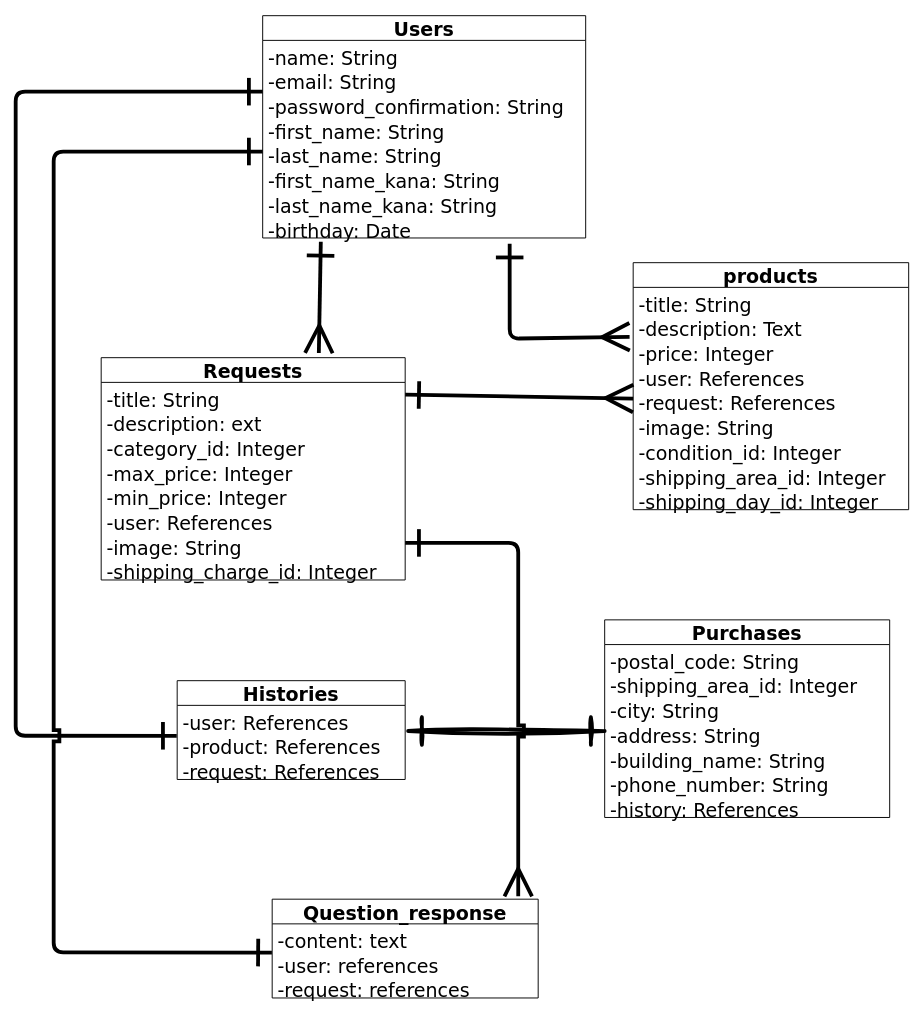
The draw.io diagram wants.dio in ganaha-mikoto/wants, before the edit. Source tidied: cells renumbered, new cells numbered last; positions are measured from the earlier drawing's top-left corner, leaving out a move shared by most shapes. Both pictures are drawn from the tidied source at 95%, with x=0, y=0 at pixel (15, 15).
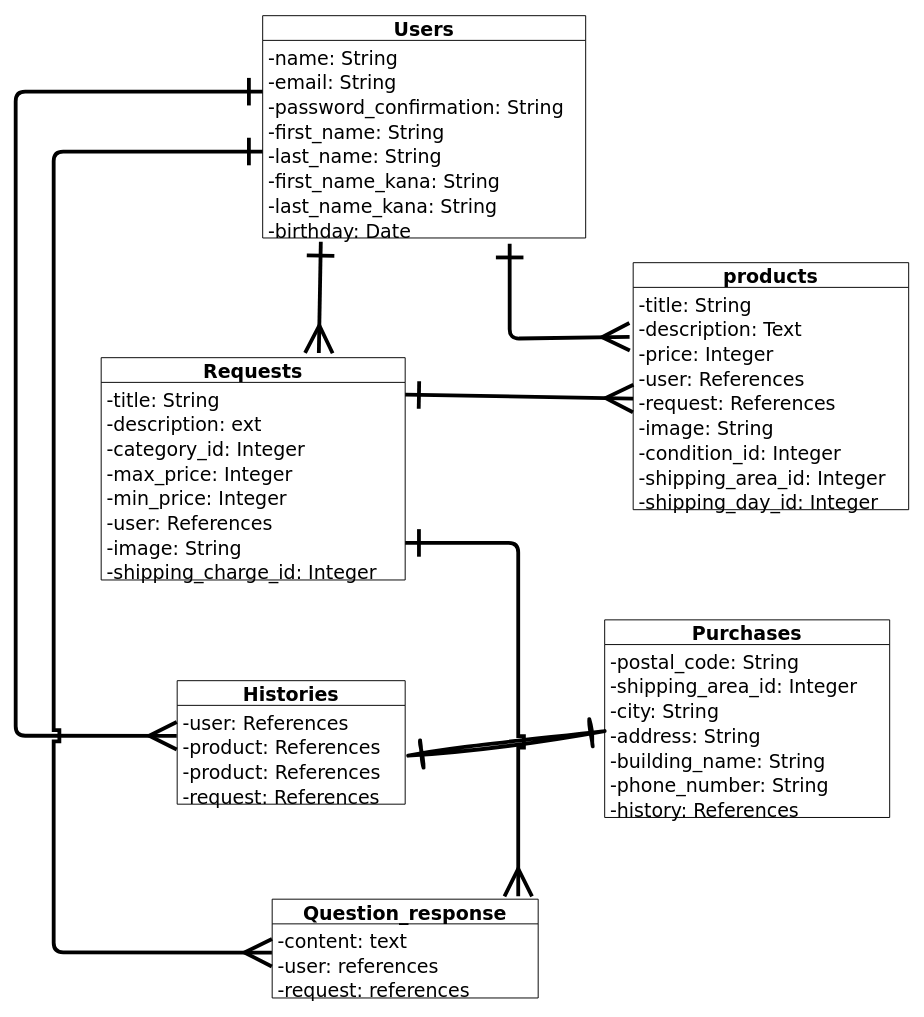
The same diagram, later.

Unchanged cells that the change refers to:
```xml
<mxCell id="9" value="-password_confirmation: String" style="text;strokeColor=none;fillColor=none;align=left;verticalAlign=top;spacingLeft=4;spacingRight=4;overflow=hidden;points=[[0,0.5],[1,0.5]];portConstraint=eastwest;rounded=0;shadow=0;sketch=0;hachureGap=4;jiggle=2;curveFitting=1;fontFamily=Verdana;fontSize=20;" parent="6" vertex="1">
  <mxGeometry y="78" width="340" height="26" as="geometry" />
</mxCell>
<mxCell id="11" value="-last_name: String" style="text;strokeColor=none;fillColor=none;align=left;verticalAlign=top;spacingLeft=4;spacingRight=4;overflow=hidden;points=[[0,0.5],[1,0.5]];portConstraint=eastwest;rounded=0;shadow=0;sketch=0;hachureGap=4;jiggle=2;curveFitting=1;fontFamily=Verdana;fontSize=20;" parent="6" vertex="1">
  <mxGeometry y="130" width="340" height="26" as="geometry" />
</mxCell>
<mxCell id="43" value="-user: References" style="text;strokeColor=none;fillColor=none;align=left;verticalAlign=top;spacingLeft=4;spacingRight=4;overflow=hidden;points=[[0,0.5],[1,0.5]];portConstraint=eastwest;rounded=0;shadow=0;sketch=0;hachureGap=4;jiggle=2;curveFitting=1;fontFamily=Verdana;fontSize=20;" parent="42" vertex="1">
  <mxGeometry y="26" width="240" height="26" as="geometry" />
</mxCell>
<mxCell id="47" value="-content: text" style="text;strokeColor=none;fillColor=none;align=left;verticalAlign=top;spacingLeft=4;spacingRight=4;overflow=hidden;points=[[0,0.5],[1,0.5]];portConstraint=eastwest;rounded=0;shadow=0;sketch=0;hachureGap=4;jiggle=2;curveFitting=1;fontFamily=Verdana;fontSize=20;" parent="46" vertex="1">
  <mxGeometry y="26" width="280" height="26" as="geometry" />
</mxCell>
```

The edit, as a diff of the source:
```diff
@@
-    <mxCell id="5" style="edgeStyle=none;shape=connector;rounded=1;hachureGap=4;jumpStyle=sharp;html=1;entryX=-0.002;entryY=1.231;entryDx=0;entryDy=0;entryPerimeter=0;labelBackgroundColor=default;strokeColor=default;strokeWidth=4;fontFamily=Verdana;fontSize=16;fontColor=default;startArrow=ERone;startFill=0;endArrow=ERone;endFill=0;startSize=24;endSize=24;sourcePerimeterSpacing=8;targetPerimeterSpacing=8;exitX=0;exitY=0.077;exitDx=0;exitDy=0;exitPerimeter=0;" parent="1" edge="1" source="9" target="43">
+    <mxCell id="5" style="edgeStyle=none;shape=connector;rounded=1;hachureGap=4;jumpStyle=sharp;html=1;entryX=-0.002;entryY=1.231;entryDx=0;entryDy=0;entryPerimeter=0;labelBackgroundColor=default;strokeColor=default;strokeWidth=4;fontFamily=Verdana;fontSize=16;fontColor=default;startArrow=ERone;startFill=0;endArrow=ERmany;endFill=0;startSize=24;endSize=24;sourcePerimeterSpacing=8;targetPerimeterSpacing=8;exitX=0;exitY=0.077;exitDx=0;exitDy=0;exitPerimeter=0;" parent="1" edge="1" source="9" target="43">
       <mxGeometry relative="1" as="geometry">
         <Array as="points">
           <mxPoint x="200" y="80" />
           <mxPoint y="80" />
           <mxPoint y="430" />
           <mxPoint y="758" />
         </Array>
       </mxGeometry>
     </mxCell>
@@
     <mxCell id="42" value="Histories" style="swimlane;fontStyle=1;horizontal=1;startSize=26;rounded=0;shadow=0;sketch=0;hachureGap=4;jiggle=2;curveFitting=1;fontFamily=Verdana;fontSize=20;" parent="1" vertex="1">
-      <mxGeometry x="170" y="700" width="240" height="104" as="geometry" />
+      <mxGeometry x="170" y="700" width="240" height="130" as="geometry" />
     </mxCell>
@@
+    <mxCell id="53" value="-product: References" style="text;strokeColor=none;fillColor=none;align=left;verticalAlign=top;spacingLeft=4;spacingRight=4;overflow=hidden;rounded=0;shadow=0;sketch=0;hachureGap=4;jiggle=2;curveFitting=1;fontFamily=Verdana;fontSize=20;" parent="42" vertex="1">
+      <mxGeometry y="52" width="240" height="26" as="geometry" />
+    </mxCell>
     <mxCell id="44" value="-product: References" style="text;strokeColor=none;fillColor=none;align=left;verticalAlign=top;spacingLeft=4;spacingRight=4;overflow=hidden;points=[[0,0.5],[1,0.5]];portConstraint=eastwest;rounded=0;shadow=0;sketch=0;hachureGap=4;jiggle=2;curveFitting=1;fontFamily=Verdana;fontSize=20;" parent="42" vertex="1">
-      <mxGeometry y="52" width="240" height="26" as="geometry" />
+      <mxGeometry y="78" width="240" height="26" as="geometry" />
     </mxCell>
     <mxCell id="45" value="-request: References" style="text;strokeColor=none;fillColor=none;align=left;verticalAlign=top;spacingLeft=4;spacingRight=4;overflow=hidden;rounded=0;shadow=0;sketch=0;hachureGap=4;jiggle=2;curveFitting=1;fontFamily=Verdana;fontSize=20;" parent="42" vertex="1">
-      <mxGeometry y="78" width="240" height="26" as="geometry" />
+      <mxGeometry y="104" width="240" height="26" as="geometry" />
     </mxCell>
@@
-    <mxCell id="50" style="edgeStyle=none;shape=connector;rounded=1;hachureGap=4;jumpStyle=sharp;html=1;exitX=0;exitY=0.5;exitDx=0;exitDy=0;labelBackgroundColor=default;strokeColor=default;strokeWidth=4;fontFamily=Verdana;fontSize=16;fontColor=default;startArrow=ERone;startFill=0;endArrow=ERone;endFill=0;startSize=24;endSize=24;sourcePerimeterSpacing=8;targetPerimeterSpacing=8;entryX=-0.001;entryY=1.167;entryDx=0;entryDy=0;entryPerimeter=0;" parent="1" edge="1" source="11" target="47">
+    <mxCell id="50" style="edgeStyle=none;shape=connector;rounded=1;hachureGap=4;jumpStyle=sharp;html=1;exitX=0;exitY=0.5;exitDx=0;exitDy=0;labelBackgroundColor=default;strokeColor=default;strokeWidth=4;fontFamily=Verdana;fontSize=16;fontColor=default;startArrow=ERone;startFill=0;endArrow=ERmany;endFill=0;startSize=24;endSize=24;sourcePerimeterSpacing=8;targetPerimeterSpacing=8;entryX=-0.001;entryY=1.167;entryDx=0;entryDy=0;entryPerimeter=0;" parent="1" edge="1" source="11" target="47">
       <mxGeometry relative="1" as="geometry">
         <Array as="points">
           <mxPoint x="220" y="143" />
           <mxPoint x="40" y="143" />
           <mxPoint x="40" y="530" />
           <mxPoint x="40" y="986" />
           <mxPoint x="220" y="986" />
         </Array>
       </mxGeometry>
     </mxCell>
```
